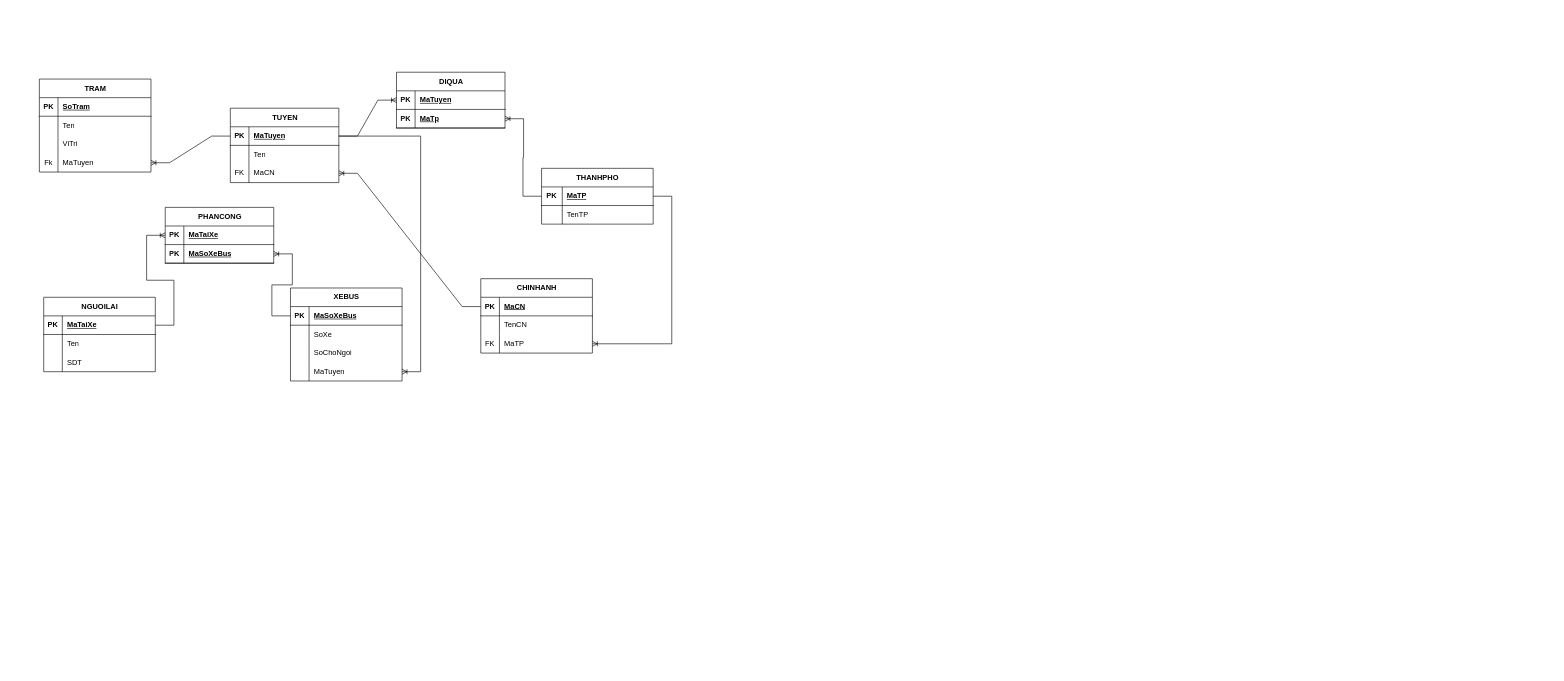
Above: tuan 4 er tiep.drawio in trggkien12/bang (draw.io), before the change. Source tidied: cells renumbered, new cells numbered last; positions are measured from the earlier drawing's top-left corner, leaving out a move shared by most shapes. Both pictures are drawn from the tidied source at 62%, with x=0, y=0 at pixel (39, 72).
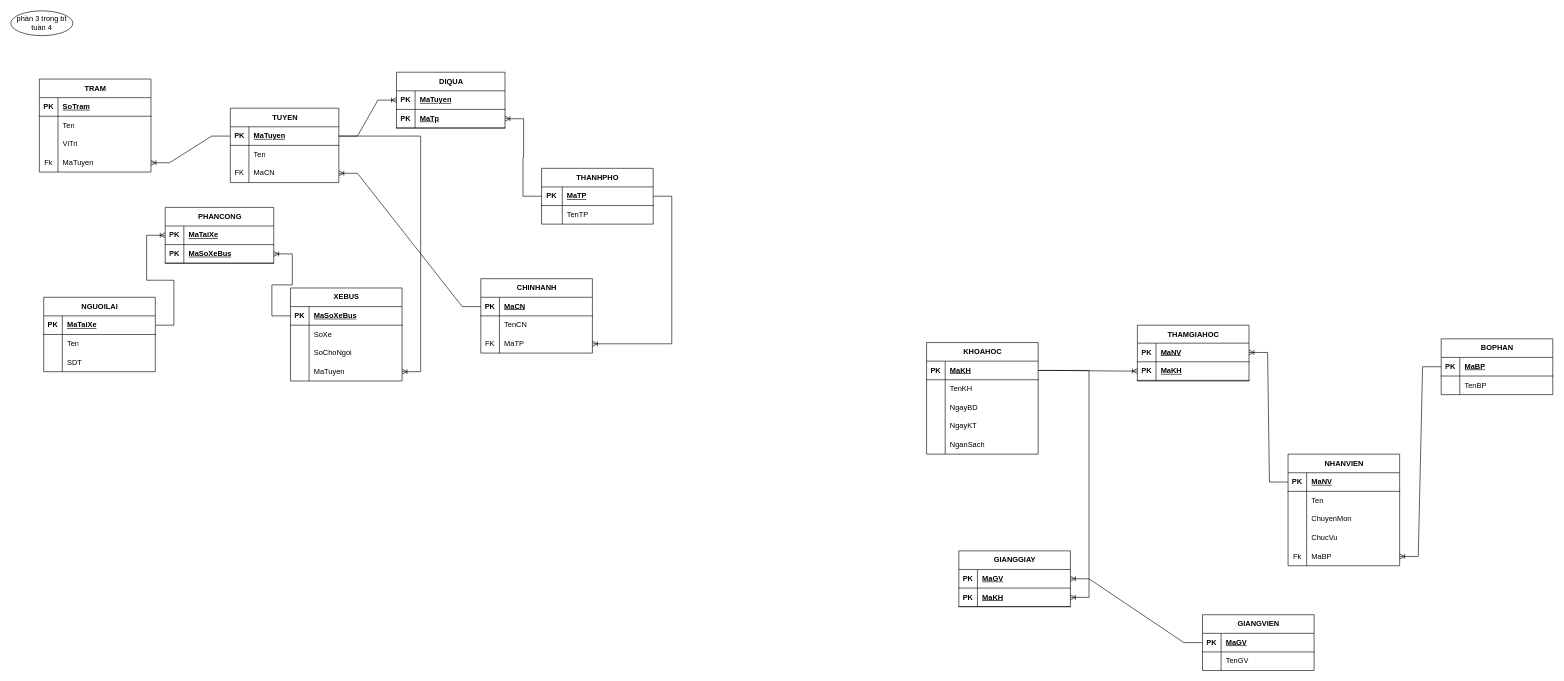
After the change.

Commit message (it also covers changes not shown here):
Cập nhật tuan 4 er tiep.drawio

Diff of the diagram source:
```diff
@@
+    <mxCell id="87" value="phần 3 trong bt tuần 4" style="ellipse;whiteSpace=wrap;html=1;align=center;" parent="1" vertex="1">
+      <mxGeometry x="-46" y="-99" width="100" height="40" as="geometry" />
+    </mxCell>
+    <mxCell id="88" value="NHANVIEN" style="shape=table;startSize=30;childLayout=tableLayout;rowLines=0;fontStyle=1;align=center;html=1;" parent="1" vertex="1">
+      <mxGeometry x="2014" y="616" width="180" height="180" as="geometry" />
+    </mxCell>
+    <mxCell id="89" style="shape=tableRow;horizontal=0;startSize=0;swimlaneHead=0;swimlaneBody=0;fillColor=none;points=[[0,0.5],[1,0.5]];portConstraint=eastwest;top=0;left=0;right=0;bottom=1;" parent="88" vertex="1">
+      <mxGeometry y="30" width="180" height="30" as="geometry" />
+    </mxCell>
+    <mxCell id="90" value="PK" style="shape=partialRectangle;fillColor=none;top=0;left=0;bottom=0;right=0;fontStyle=1;overflow=hidden;whiteSpace=wrap;html=1;" parent="89" vertex="1">
+      <mxGeometry width="30" height="30" as="geometry" />
+    </mxCell>
+    <mxCell id="91" value="MaNV" style="shape=partialRectangle;fillColor=none;top=0;left=0;bottom=0;right=0;align=left;spacingLeft=6;fontStyle=5;overflow=hidden;whiteSpace=wrap;html=1;" parent="89" vertex="1">
+      <mxGeometry x="30" width="150" height="30" as="geometry" />
+    </mxCell>
+    <mxCell id="92" style="shape=tableRow;horizontal=0;startSize=0;swimlaneHead=0;swimlaneBody=0;fillColor=none;top=0;left=0;right=0;bottom=0;" parent="88" vertex="1">
+      <mxGeometry y="60" width="180" height="30" as="geometry" />
+    </mxCell>
+    <mxCell id="93" style="shape=partialRectangle;fillColor=none;top=0;left=0;bottom=0;right=0;overflow=hidden;whiteSpace=wrap;html=1;" parent="92" vertex="1">
+      <mxGeometry width="30" height="30" as="geometry" />
+    </mxCell>
+    <mxCell id="94" value="Ten" style="shape=partialRectangle;fillColor=none;top=0;left=0;bottom=0;right=0;align=left;spacingLeft=6;overflow=hidden;whiteSpace=wrap;html=1;" parent="92" vertex="1">
+      <mxGeometry x="30" width="150" height="30" as="geometry" />
+    </mxCell>
+    <mxCell id="95" style="shape=tableRow;horizontal=0;startSize=0;swimlaneHead=0;swimlaneBody=0;fillColor=none;top=0;left=0;right=0;bottom=0;" parent="88" vertex="1">
+      <mxGeometry y="90" width="180" height="30" as="geometry" />
+    </mxCell>
+    <mxCell id="96" style="shape=partialRectangle;fillColor=none;top=0;left=0;bottom=0;right=0;overflow=hidden;whiteSpace=wrap;html=1;" parent="95" vertex="1">
+      <mxGeometry width="30" height="30" as="geometry" />
+    </mxCell>
+    <mxCell id="97" value="ChuyenMon" style="shape=partialRectangle;fillColor=none;top=0;left=0;bottom=0;right=0;align=left;spacingLeft=6;overflow=hidden;whiteSpace=wrap;html=1;" parent="95" vertex="1">
+      <mxGeometry x="30" width="150" height="30" as="geometry" />
+    </mxCell>
+    <mxCell id="98" style="shape=tableRow;horizontal=0;startSize=0;swimlaneHead=0;swimlaneBody=0;fillColor=none;top=0;left=0;right=0;bottom=0;" parent="88" vertex="1">
+      <mxGeometry y="120" width="180" height="30" as="geometry" />
+    </mxCell>
+    <mxCell id="99" style="shape=partialRectangle;fillColor=none;top=0;left=0;bottom=0;right=0;overflow=hidden;whiteSpace=wrap;html=1;" parent="98" vertex="1">
+      <mxGeometry width="30" height="30" as="geometry" />
+    </mxCell>
+    <mxCell id="100" value="ChucVu" style="shape=partialRectangle;fillColor=none;top=0;left=0;bottom=0;right=0;align=left;spacingLeft=6;overflow=hidden;whiteSpace=wrap;html=1;" parent="98" vertex="1">
+      <mxGeometry x="30" width="150" height="30" as="geometry" />
+    </mxCell>
+    <mxCell id="101" style="shape=tableRow;horizontal=0;startSize=0;swimlaneHead=0;swimlaneBody=0;fillColor=none;points=[[0,0.5],[1,0.5]];portConstraint=eastwest;top=0;left=0;right=0;bottom=0;" parent="88" vertex="1">
+      <mxGeometry y="150" width="180" height="30" as="geometry" />
+    </mxCell>
+    <mxCell id="102" value="Fk" style="shape=partialRectangle;fillColor=none;top=0;left=0;bottom=0;right=0;overflow=hidden;whiteSpace=wrap;html=1;" parent="101" vertex="1">
+      <mxGeometry width="30" height="30" as="geometry" />
+    </mxCell>
+    <mxCell id="103" value="MaBP" style="shape=partialRectangle;fillColor=none;top=0;left=0;bottom=0;right=0;align=left;spacingLeft=6;overflow=hidden;whiteSpace=wrap;html=1;" parent="101" vertex="1">
+      <mxGeometry x="30" width="150" height="30" as="geometry" />
+    </mxCell>
+    <mxCell id="104" value="THAMGIAHOC" style="shape=table;startSize=29;childLayout=tableLayout;rowLines=0;fontStyle=1;align=center;html=1;" parent="1" vertex="1">
+      <mxGeometry x="1771" y="408" width="180" height="90" as="geometry" />
+    </mxCell>
+    <mxCell id="105" style="shape=tableRow;horizontal=0;startSize=0;swimlaneHead=0;swimlaneBody=0;fillColor=none;points=[[0,0.5],[1,0.5]];portConstraint=eastwest;top=0;left=0;right=0;bottom=1;" parent="104" vertex="1">
+      <mxGeometry y="29" width="180" height="30" as="geometry" />
+    </mxCell>
+    <mxCell id="106" value="PK" style="shape=partialRectangle;fillColor=none;top=0;left=0;bottom=0;right=0;fontStyle=1;overflow=hidden;whiteSpace=wrap;html=1;" parent="105" vertex="1">
+      <mxGeometry width="30" height="30" as="geometry" />
+    </mxCell>
+    <mxCell id="107" value="MaNV" style="shape=partialRectangle;fillColor=none;top=0;left=0;bottom=0;right=0;align=left;spacingLeft=6;fontStyle=5;overflow=hidden;whiteSpace=wrap;html=1;" parent="105" vertex="1">
+      <mxGeometry x="30" width="150" height="30" as="geometry" />
+    </mxCell>
+    <mxCell id="108" style="shape=tableRow;horizontal=0;startSize=0;swimlaneHead=0;swimlaneBody=0;fillColor=none;points=[[0,0.5],[1,0.5]];portConstraint=eastwest;top=0;left=0;right=0;bottom=1;" parent="104" vertex="1">
+      <mxGeometry y="59" width="180" height="30" as="geometry" />
+    </mxCell>
+    <mxCell id="109" value="PK" style="shape=partialRectangle;fillColor=none;top=0;left=0;bottom=0;right=0;fontStyle=1;overflow=hidden;whiteSpace=wrap;html=1;" parent="108" vertex="1">
+      <mxGeometry width="30" height="30" as="geometry" />
+    </mxCell>
+    <mxCell id="110" value="MaKH" style="shape=partialRectangle;fillColor=none;top=0;left=0;bottom=0;right=0;align=left;spacingLeft=6;fontStyle=5;overflow=hidden;whiteSpace=wrap;html=1;" parent="108" vertex="1">
+      <mxGeometry x="30" width="150" height="30" as="geometry" />
+    </mxCell>
+    <mxCell id="111" value="BOPHAN" style="shape=table;startSize=30;childLayout=tableLayout;rowLines=0;fontStyle=1;align=center;html=1;" parent="1" vertex="1">
+      <mxGeometry x="2261" y="430" width="180" height="90" as="geometry" />
+    </mxCell>
+    <mxCell id="112" style="shape=tableRow;horizontal=0;startSize=0;swimlaneHead=0;swimlaneBody=0;fillColor=none;points=[[0,0.5],[1,0.5]];portConstraint=eastwest;top=0;left=0;right=0;bottom=1;" parent="111" vertex="1">
+      <mxGeometry y="30" width="180" height="30" as="geometry" />
+    </mxCell>
+    <mxCell id="113" value="PK" style="shape=partialRectangle;fillColor=none;top=0;left=0;bottom=0;right=0;fontStyle=1;overflow=hidden;whiteSpace=wrap;html=1;" parent="112" vertex="1">
+      <mxGeometry width="30" height="30" as="geometry" />
+    </mxCell>
+    <mxCell id="114" value="MaBP" style="shape=partialRectangle;fillColor=none;top=0;left=0;bottom=0;right=0;align=left;spacingLeft=6;fontStyle=5;overflow=hidden;whiteSpace=wrap;html=1;" parent="112" vertex="1">
+      <mxGeometry x="30" width="150" height="30" as="geometry" />
+    </mxCell>
+    <mxCell id="115" style="shape=tableRow;horizontal=0;startSize=0;swimlaneHead=0;swimlaneBody=0;fillColor=none;top=0;left=0;right=0;bottom=0;" parent="111" vertex="1">
+      <mxGeometry y="60" width="180" height="30" as="geometry" />
+    </mxCell>
+    <mxCell id="116" style="shape=partialRectangle;fillColor=none;top=0;left=0;bottom=0;right=0;overflow=hidden;whiteSpace=wrap;html=1;" parent="115" vertex="1">
+      <mxGeometry width="30" height="30" as="geometry" />
+    </mxCell>
+    <mxCell id="117" value="TenBP" style="shape=partialRectangle;fillColor=none;top=0;left=0;bottom=0;right=0;align=left;spacingLeft=6;overflow=hidden;whiteSpace=wrap;html=1;" parent="115" vertex="1">
+      <mxGeometry x="30" width="150" height="30" as="geometry" />
+    </mxCell>
+    <mxCell id="118" value="KHOAHOC" style="shape=table;startSize=30;childLayout=tableLayout;rowLines=0;fontStyle=1;align=center;html=1;" parent="1" vertex="1">
+      <mxGeometry x="1431" y="436" width="180" height="180" as="geometry" />
+    </mxCell>
+    <mxCell id="119" style="shape=tableRow;horizontal=0;startSize=0;swimlaneHead=0;swimlaneBody=0;fillColor=none;points=[[0,0.5],[1,0.5]];portConstraint=eastwest;top=0;left=0;right=0;bottom=1;" parent="118" vertex="1">
+      <mxGeometry y="30" width="180" height="30" as="geometry" />
+    </mxCell>
+    <mxCell id="120" value="PK" style="shape=partialRectangle;fillColor=none;top=0;left=0;bottom=0;right=0;fontStyle=1;overflow=hidden;whiteSpace=wrap;html=1;" parent="119" vertex="1">
+      <mxGeometry width="30" height="30" as="geometry" />
+    </mxCell>
+    <mxCell id="121" value="MaKH" style="shape=partialRectangle;fillColor=none;top=0;left=0;bottom=0;right=0;align=left;spacingLeft=6;fontStyle=5;overflow=hidden;whiteSpace=wrap;html=1;" parent="119" vertex="1">
+      <mxGeometry x="30" width="150" height="30" as="geometry" />
+    </mxCell>
+    <mxCell id="122" style="shape=tableRow;horizontal=0;startSize=0;swimlaneHead=0;swimlaneBody=0;fillColor=none;top=0;left=0;right=0;bottom=0;" parent="118" vertex="1">
+      <mxGeometry y="60" width="180" height="30" as="geometry" />
+    </mxCell>
+    <mxCell id="123" style="shape=partialRectangle;fillColor=none;top=0;left=0;bottom=0;right=0;overflow=hidden;whiteSpace=wrap;html=1;" parent="122" vertex="1">
+      <mxGeometry width="30" height="30" as="geometry" />
+    </mxCell>
+    <mxCell id="124" value="TenKH" style="shape=partialRectangle;fillColor=none;top=0;left=0;bottom=0;right=0;align=left;spacingLeft=6;overflow=hidden;whiteSpace=wrap;html=1;" parent="122" vertex="1">
+      <mxGeometry x="30" width="150" height="30" as="geometry" />
+    </mxCell>
+    <mxCell id="125" style="shape=tableRow;horizontal=0;startSize=0;swimlaneHead=0;swimlaneBody=0;fillColor=none;top=0;left=0;right=0;bottom=0;" parent="118" vertex="1">
+      <mxGeometry y="90" width="180" height="30" as="geometry" />
+    </mxCell>
+    <mxCell id="126" style="shape=partialRectangle;fillColor=none;top=0;left=0;bottom=0;right=0;overflow=hidden;whiteSpace=wrap;html=1;" parent="125" vertex="1">
+      <mxGeometry width="30" height="30" as="geometry" />
+    </mxCell>
+    <mxCell id="127" value="NgayBD" style="shape=partialRectangle;fillColor=none;top=0;left=0;bottom=0;right=0;align=left;spacingLeft=6;overflow=hidden;whiteSpace=wrap;html=1;" parent="125" vertex="1">
+      <mxGeometry x="30" width="150" height="30" as="geometry" />
+    </mxCell>
+    <mxCell id="128" style="shape=tableRow;horizontal=0;startSize=0;swimlaneHead=0;swimlaneBody=0;fillColor=none;top=0;left=0;right=0;bottom=0;" parent="118" vertex="1">
+      <mxGeometry y="120" width="180" height="30" as="geometry" />
+    </mxCell>
+    <mxCell id="129" style="shape=partialRectangle;fillColor=none;top=0;left=0;bottom=0;right=0;overflow=hidden;whiteSpace=wrap;html=1;" parent="128" vertex="1">
+      <mxGeometry width="30" height="30" as="geometry" />
+    </mxCell>
+    <mxCell id="130" value="NgayKT" style="shape=partialRectangle;fillColor=none;top=0;left=0;bottom=0;right=0;align=left;spacingLeft=6;overflow=hidden;whiteSpace=wrap;html=1;" parent="128" vertex="1">
+      <mxGeometry x="30" width="150" height="30" as="geometry" />
+    </mxCell>
+    <mxCell id="131" style="shape=tableRow;horizontal=0;startSize=0;swimlaneHead=0;swimlaneBody=0;fillColor=none;top=0;left=0;right=0;bottom=0;" parent="118" vertex="1">
+      <mxGeometry y="150" width="180" height="30" as="geometry" />
+    </mxCell>
+    <mxCell id="132" style="shape=partialRectangle;fillColor=none;top=0;left=0;bottom=0;right=0;overflow=hidden;whiteSpace=wrap;html=1;" parent="131" vertex="1">
+      <mxGeometry width="30" height="30" as="geometry" />
+    </mxCell>
+    <mxCell id="133" value="NganSach" style="shape=partialRectangle;fillColor=none;top=0;left=0;bottom=0;right=0;align=left;spacingLeft=6;overflow=hidden;whiteSpace=wrap;html=1;" parent="131" vertex="1">
+      <mxGeometry x="30" width="150" height="30" as="geometry" />
+    </mxCell>
+    <mxCell id="134" value="GIANGVIEN" style="shape=table;startSize=30;childLayout=tableLayout;rowLines=0;fontStyle=1;align=center;html=1;" parent="1" vertex="1">
+      <mxGeometry x="1876" y="875" width="180" height="90" as="geometry" />
+    </mxCell>
+    <mxCell id="135" style="shape=tableRow;horizontal=0;startSize=0;swimlaneHead=0;swimlaneBody=0;fillColor=none;points=[[0,0.5],[1,0.5]];portConstraint=eastwest;top=0;left=0;right=0;bottom=1;" parent="134" vertex="1">
+      <mxGeometry y="30" width="180" height="30" as="geometry" />
+    </mxCell>
+    <mxCell id="136" value="PK" style="shape=partialRectangle;fillColor=none;top=0;left=0;bottom=0;right=0;fontStyle=1;overflow=hidden;whiteSpace=wrap;html=1;" parent="135" vertex="1">
+      <mxGeometry width="30" height="30" as="geometry" />
+    </mxCell>
+    <mxCell id="137" value="MaGV" style="shape=partialRectangle;fillColor=none;top=0;left=0;bottom=0;right=0;align=left;spacingLeft=6;fontStyle=5;overflow=hidden;whiteSpace=wrap;html=1;" parent="135" vertex="1">
+      <mxGeometry x="30" width="150" height="30" as="geometry" />
+    </mxCell>
+    <mxCell id="138" style="shape=tableRow;horizontal=0;startSize=0;swimlaneHead=0;swimlaneBody=0;fillColor=none;top=0;left=0;right=0;bottom=0;" parent="134" vertex="1">
+      <mxGeometry y="60" width="180" height="30" as="geometry" />
+    </mxCell>
+    <mxCell id="139" style="shape=partialRectangle;fillColor=none;top=0;left=0;bottom=0;right=0;overflow=hidden;whiteSpace=wrap;html=1;" parent="138" vertex="1">
+      <mxGeometry width="30" height="30" as="geometry" />
+    </mxCell>
+    <mxCell id="140" value="TenGV" style="shape=partialRectangle;fillColor=none;top=0;left=0;bottom=0;right=0;align=left;spacingLeft=6;overflow=hidden;whiteSpace=wrap;html=1;" parent="138" vertex="1">
+      <mxGeometry x="30" width="150" height="30" as="geometry" />
+    </mxCell>
+    <mxCell id="141" value="GIANGGIAY" style="shape=table;startSize=30;childLayout=tableLayout;rowLines=0;fontStyle=1;align=center;html=1;" parent="1" vertex="1">
+      <mxGeometry x="1483" y="772" width="180" height="90" as="geometry" />
+    </mxCell>
+    <mxCell id="142" style="shape=tableRow;horizontal=0;startSize=0;swimlaneHead=0;swimlaneBody=0;fillColor=none;points=[[0,0.5],[1,0.5]];portConstraint=eastwest;top=0;left=0;right=0;bottom=1;" parent="141" vertex="1">
+      <mxGeometry y="30" width="180" height="30" as="geometry" />
+    </mxCell>
+    <mxCell id="143" value="PK" style="shape=partialRectangle;fillColor=none;top=0;left=0;bottom=0;right=0;fontStyle=1;overflow=hidden;whiteSpace=wrap;html=1;" parent="142" vertex="1">
+      <mxGeometry width="30" height="30" as="geometry" />
+    </mxCell>
+    <mxCell id="144" value="MaGV" style="shape=partialRectangle;fillColor=none;top=0;left=0;bottom=0;right=0;align=left;spacingLeft=6;fontStyle=5;overflow=hidden;whiteSpace=wrap;html=1;" parent="142" vertex="1">
+      <mxGeometry x="30" width="150" height="30" as="geometry" />
+    </mxCell>
+    <mxCell id="145" style="shape=tableRow;horizontal=0;startSize=0;swimlaneHead=0;swimlaneBody=0;fillColor=none;points=[[0,0.5],[1,0.5]];portConstraint=eastwest;top=0;left=0;right=0;bottom=1;" parent="141" vertex="1">
+      <mxGeometry y="60" width="180" height="30" as="geometry" />
+    </mxCell>
+    <mxCell id="146" value="PK" style="shape=partialRectangle;fillColor=none;top=0;left=0;bottom=0;right=0;fontStyle=1;overflow=hidden;whiteSpace=wrap;html=1;" parent="145" vertex="1">
+      <mxGeometry width="30" height="30" as="geometry" />
+    </mxCell>
+    <mxCell id="147" value="MaKH" style="shape=partialRectangle;fillColor=none;top=0;left=0;bottom=0;right=0;align=left;spacingLeft=6;fontStyle=5;overflow=hidden;whiteSpace=wrap;html=1;" parent="145" vertex="1">
+      <mxGeometry x="30" width="150" height="30" as="geometry" />
+    </mxCell>
+    <mxCell id="148" style="edgeStyle=entityRelationEdgeStyle;fontSize=12;html=1;endArrow=ERoneToMany;rounded=0;" parent="1" edge="1" source="112" target="101">
+      <mxGeometry relative="1" as="geometry" />
+    </mxCell>
+    <mxCell id="149" style="edgeStyle=entityRelationEdgeStyle;fontSize=12;html=1;endArrow=ERoneToMany;rounded=0;" parent="1" edge="1" source="89" target="105">
+      <mxGeometry relative="1" as="geometry">
+        <Array as="points">
+          <mxPoint x="1874" y="611" />
+        </Array>
+      </mxGeometry>
+    </mxCell>
+    <mxCell id="150" style="edgeStyle=entityRelationEdgeStyle;fontSize=12;html=1;endArrow=ERoneToMany;rounded=0;" parent="1" edge="1" source="119" target="108">
+      <mxGeometry relative="1" as="geometry" />
+    </mxCell>
+    <mxCell id="151" style="edgeStyle=entityRelationEdgeStyle;fontSize=12;html=1;endArrow=ERoneToMany;rounded=0;" parent="1" edge="1" source="119" target="145">
+      <mxGeometry relative="1" as="geometry" />
+    </mxCell>
+    <mxCell id="152" style="edgeStyle=entityRelationEdgeStyle;fontSize=12;html=1;endArrow=ERoneToMany;rounded=0;" parent="1" edge="1" source="135" target="142">
+      <mxGeometry relative="1" as="geometry" />
+    </mxCell>
```
